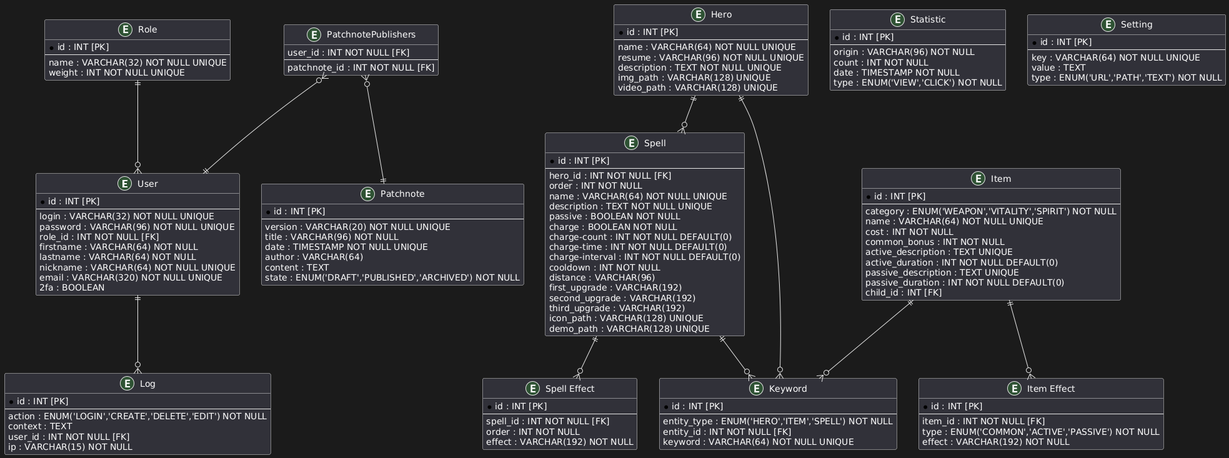
Above: docs/concept/ERD.png in Neyticom/Deadlock-France-webapp-front (PlantUML), before the change.
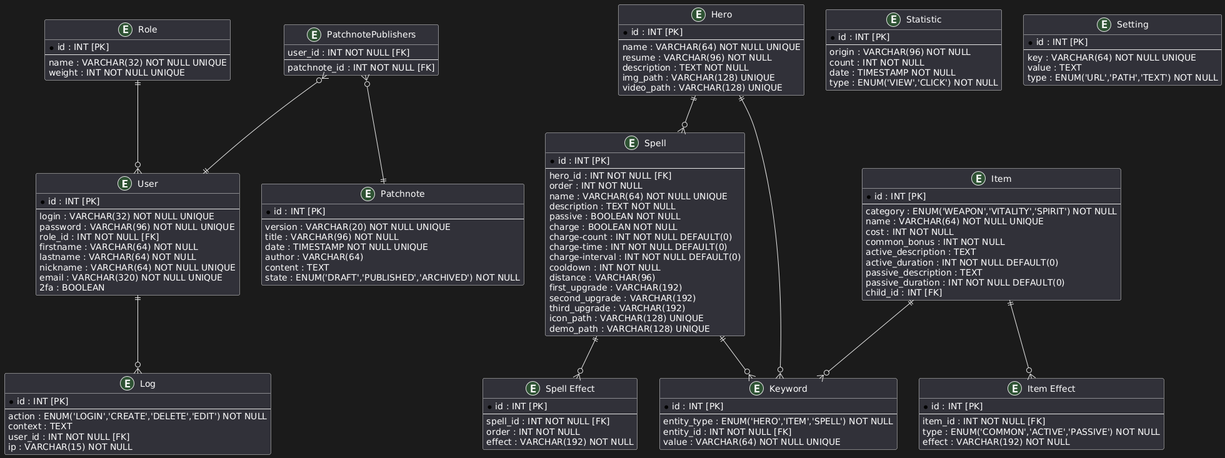
Above is the later version.

Diff of the diagram source:
```diff
@@ -34,8 +34,8 @@
   * id : INT [PK]
   --
   name : VARCHAR(64) NOT NULL UNIQUE
-  resume : VARCHAR(96) NOT NULL UNIQUE
-  description : TEXT NOT NULL UNIQUE
+  resume : VARCHAR(96) NOT NULL
+  description : TEXT NOT NULL
   img_path : VARCHAR(128) UNIQUE
   video_path : VARCHAR(128) UNIQUE
 }
@@ -47,9 +47,9 @@
   name : VARCHAR(64) NOT NULL UNIQUE
   cost : INT NOT NULL
   common_bonus : INT NOT NULL
-  active_description : TEXT UNIQUE
+  active_description : TEXT
   active_duration : INT NOT NULL DEFAULT(0)
-  passive_description : TEXT UNIQUE
+  passive_description : TEXT
   passive_duration : INT NOT NULL DEFAULT(0)
   child_id : INT [FK]
 }
@@ -68,7 +68,7 @@
   hero_id : INT NOT NULL [FK]
   order : INT NOT NULL
   name : VARCHAR(64) NOT NULL UNIQUE
-  description : TEXT NOT NULL UNIQUE
+  description : TEXT NOT NULL
   passive : BOOLEAN NOT NULL
   charge : BOOLEAN NOT NULL
   charge-count : INT NOT NULL DEFAULT(0)
@@ -96,7 +96,7 @@
   --
   entity_type : ENUM('HERO','ITEM','SPELL') NOT NULL
   entity_id : INT NOT NULL [FK]
-  keyword : VARCHAR(64) NOT NULL UNIQUE
+  value : VARCHAR(64) NOT NULL UNIQUE
 }
 
 entity "PatchnotePublishers" as patchnote_publishers {
```
